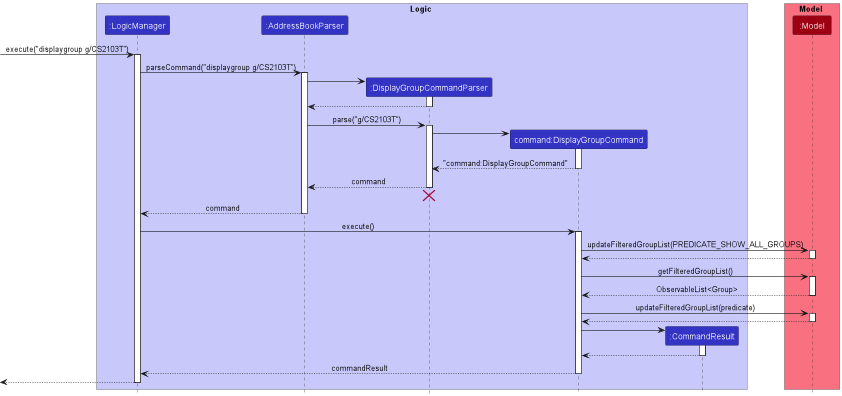
This is docs/images/DisplayGroupSequenceDiagram.png from nus-cs2103-AY2223S1/tp, a PlantUML export, as it was before one commit.
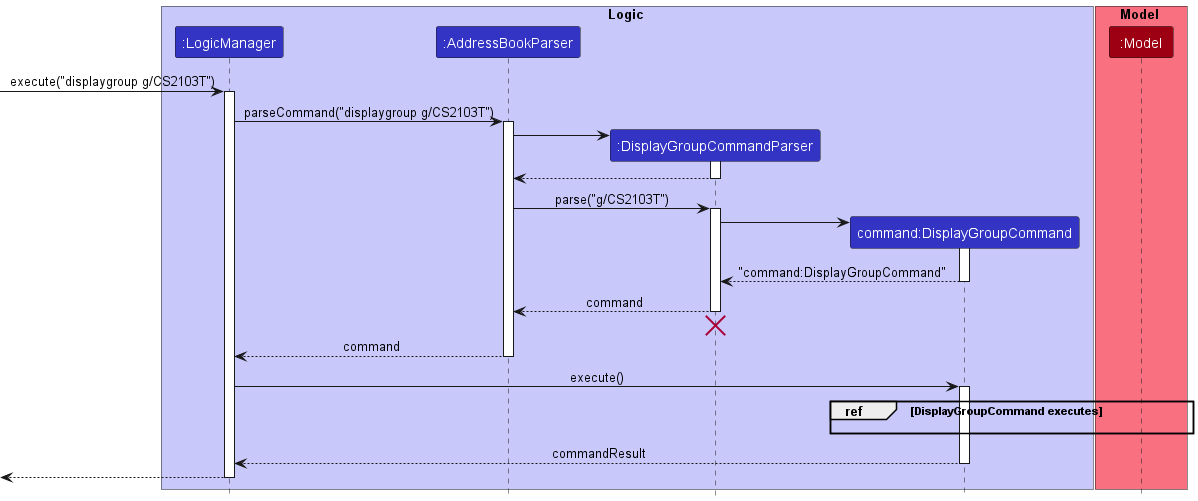
Above is the later version.

Diff of the diagram source:
```diff
@@ -6,7 +6,6 @@
 participant ":AddressBookParser" as AddressBookParser LOGIC_COLOR
 participant ":DisplayGroupCommandParser" as DisplayGroupCommandParser LOGIC_COLOR
 participant "command:DisplayGroupCommand" as DisplayGroupCommand LOGIC_COLOR
-participant ":CommandResult" as CommandResult LOGIC_COLOR
 end box
 
 box Model MODEL_COLOR_T1
@@ -46,24 +45,9 @@
 LogicManager -> DisplayGroupCommand : execute()
 activate DisplayGroupCommand
 
-DisplayGroupCommand -> Model : updateFilteredGroupList(PREDICATE_SHOW_ALL_GROUPS)
-activate Model
-return
-
-DisplayGroupCommand -> Model : getFilteredGroupList()
-activate Model
-return ObservableList<Group>
-
-DisplayGroupCommand -> Model : updateFilteredGroupList(predicate)
-activate Model
-return
-
-create CommandResult
-DisplayGroupCommand -> CommandResult
-activate CommandResult
-
-CommandResult --> DisplayGroupCommand
-deactivate CommandResult
+group ref [DisplayGroupCommand executes]
+DisplayGroupCommand -[hidden]-> Model
+end
 
 DisplayGroupCommand --> LogicManager : commandResult
 deactivate DisplayGroupCommand
```
